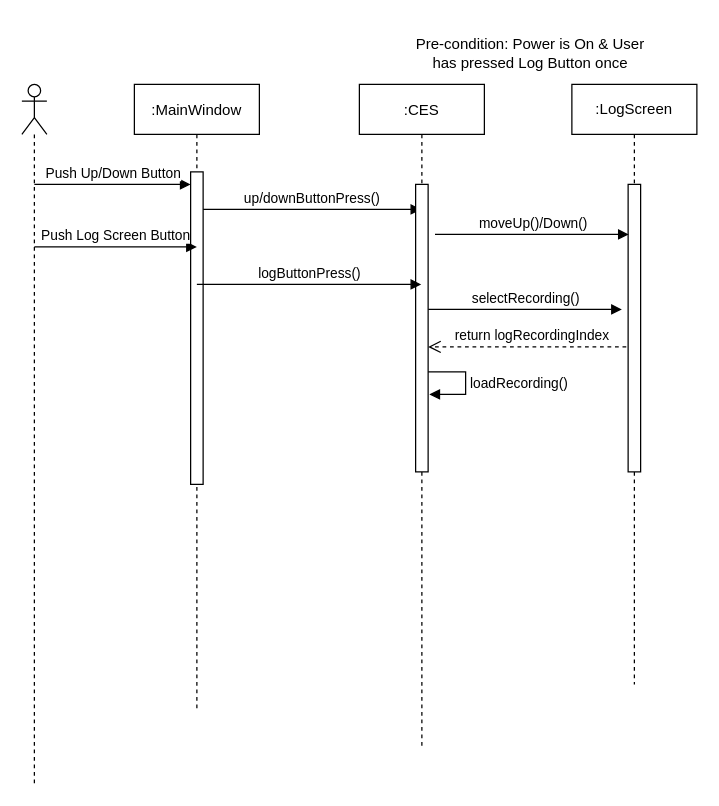
Earlier version of the draw.io diagram page "Page-3" (3 of 3) of Documentation/scenario.drawio (willwright1213/CESSimulator). Source tidied: cells renumbered, new cells numbered last; positions are measured from the earlier drawing's top-left corner, leaving out a move shared by most shapes. Both pictures are drawn from the tidied source at 125%, with x=0, y=0 at pixel (21, 34).
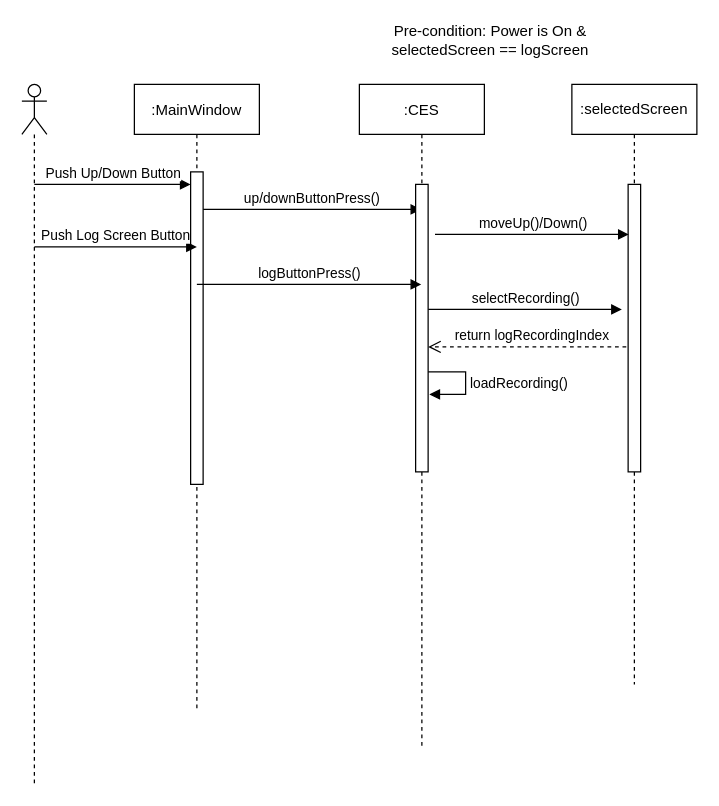
The same page after the edit.

Change to the diagram source:
```diff
@@
-    <mxCell id="2" value=":LogScreen" style="shape=umlLifeline;perimeter=lifelinePerimeter;whiteSpace=wrap;html=1;outlineConnect=0;" parent="1" vertex="1">
+    <mxCell id="2" value=":selectedScreen" style="shape=umlLifeline;perimeter=lifelinePerimeter;whiteSpace=wrap;html=1;outlineConnect=0;" parent="1" vertex="1">
       <mxGeometry x="440" y="40" width="100" height="480" as="geometry" />
     </mxCell>
@@
-    <mxCell id="15" value="Pre-condition: Power is On &amp;amp; User has pressed Log Button once" style="text;html=1;strokeColor=none;fillColor=none;align=center;verticalAlign=middle;whiteSpace=wrap;rounded=0;" parent="1" vertex="1">
-      <mxGeometry x="310" width="194" height="30" as="geometry" />
+    <mxCell id="15" value="Pre-condition: Power is On &amp;amp;&lt;br&gt;selectedScreen == logScreen" style="text;html=1;strokeColor=none;fillColor=none;align=center;verticalAlign=middle;whiteSpace=wrap;rounded=0;" parent="1" vertex="1">
+      <mxGeometry x="255" y="-10" width="240" height="30" as="geometry" />
     </mxCell>
```
